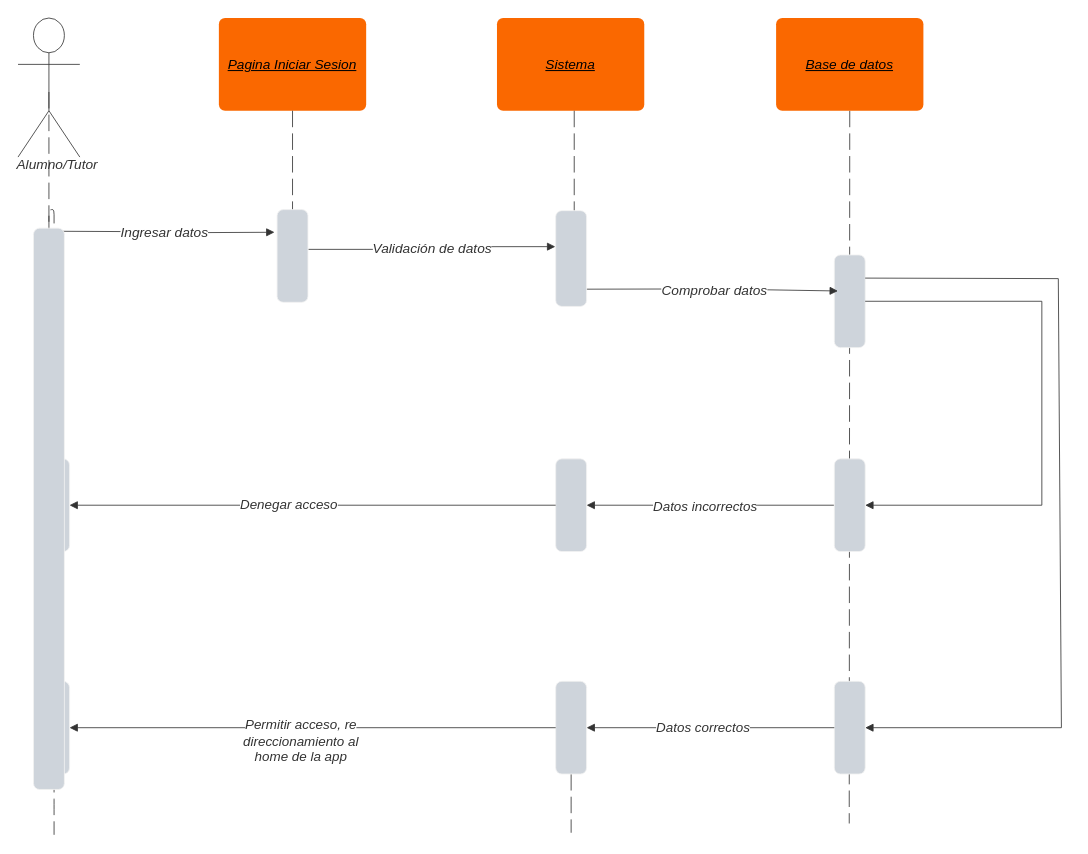
Above: secuencia3.drawio in LP3kmikristian/TP_ARCE_DOREGO (draw.io), before the change. Source tidied: cells renumbered, new cells numbered last; positions are measured from the earlier drawing's top-left corner, leaving out a move shared by most shapes. Both pictures are drawn from the tidied source at 103%, with x=0, y=0 at pixel (18, 18).
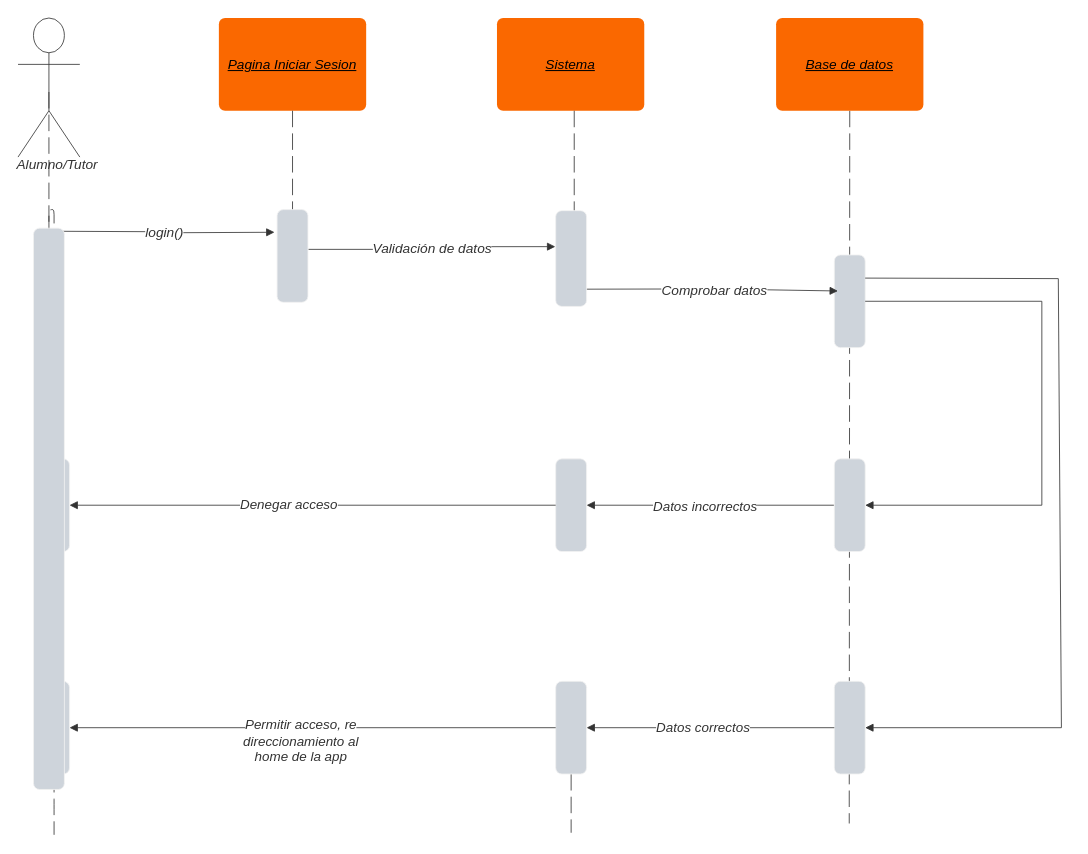
Above is the later version.

Unchanged cells that the change refers to:
```xml
<mxCell id="10" style="html=1;jettySize=18;whiteSpace=wrap;fontSize=13;strokeColor=#333333;strokeOpacity=100;strokeWidth=0.8;rounded=1;arcSize=10;edgeStyle=orthogonalEdgeStyle;startArrow=none;endArrow=block;endFill=1;lucidId=Yu5M0A2JVvTe;" parent="1" edge="1">
  <mxGeometry relative="1" as="geometry">
    <mxPoint x="32" y="207" as="sourcePoint" />
    <mxPoint x="249" y="208" as="targetPoint" />
  </mxGeometry>
</mxCell>
```

The edit, as a diff of the source:
```diff
@@
-    <mxCell id="11" value="Ingresar datos" style="text;html=1;labelBackgroundColor=default;align=center;verticalAlign=middle;fontStyle=2;fontColor=#333333;fontSize=13.3;" parent="10" vertex="1">
+    <mxCell id="11" value="login()" style="text;html=1;labelBackgroundColor=default;align=center;verticalAlign=middle;fontStyle=2;fontColor=#333333;fontSize=13.3;" parent="10" vertex="1">
       <mxGeometry relative="1" as="geometry" />
     </mxCell>
```
